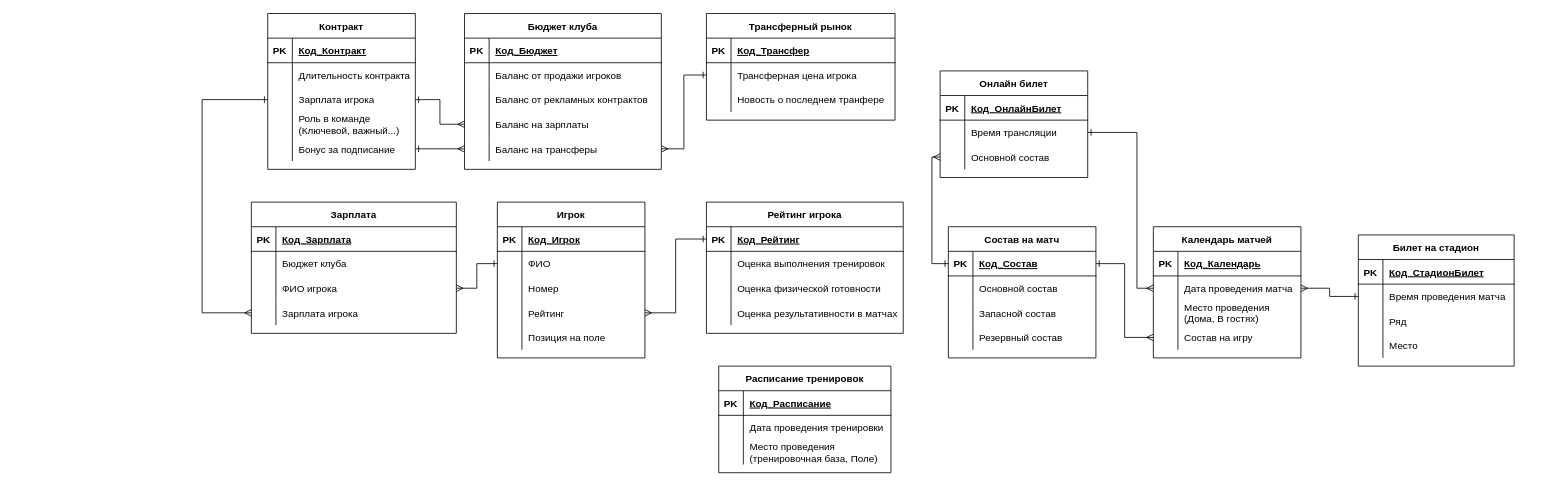
Alexsander996/football keeps this draw.io diagram as page "Page-1" (1 of 2) of ER Diagramm.drawio. Above is the earlier version. Source tidied: cells renumbered, new cells numbered last; positions are measured from the earlier drawing's top-left corner, leaving out a move shared by most shapes. Both pictures are drawn from the tidied source at 82%, with x=0, y=0 at pixel (202, 13).
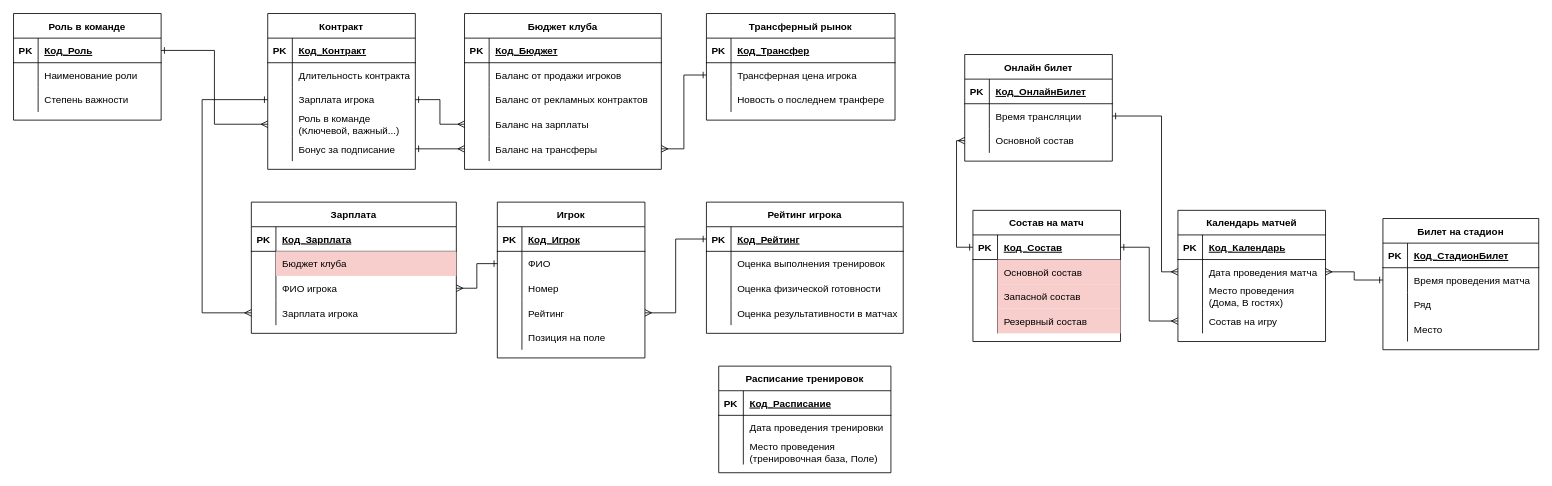
Above is the later version.

Unchanged cells that the change refers to:
```xml
<mxCell id="6" style="shape=partialRectangle;fillColor=none;top=0;left=0;bottom=0;right=0;" parent="2" vertex="1">
  <mxGeometry y="60" width="250" height="30" as="geometry" />
</mxCell>
<mxCell id="29" style="shape=partialRectangle;fillColor=none;top=0;left=0;bottom=0;right=0;points=[[0,0.5],[1,0.5]];portConstraint=eastwest;" parent="25" vertex="1">
  <mxGeometry y="60" width="180" height="30" as="geometry" />
</mxCell>
<mxCell id="49" style="shape=partialRectangle;fillColor=none;top=0;left=0;bottom=1;right=0;points=[[0,0.5],[1,0.5]];portConstraint=eastwest;" parent="48" vertex="1">
  <mxGeometry y="30" width="180" height="30" as="geometry" />
</mxCell>
<mxCell id="52" style="shape=partialRectangle;fillColor=none;top=0;left=0;bottom=0;right=0;" parent="48" vertex="1">
  <mxGeometry y="60" width="180" height="30" as="geometry" />
</mxCell>
<mxCell id="55" style="shape=partialRectangle;fillColor=none;top=0;left=0;bottom=0;right=0;" parent="48" vertex="1">
  <mxGeometry y="90" width="180" height="30" as="geometry" />
</mxCell>
<mxCell id="58" style="shape=partialRectangle;fillColor=none;top=0;left=0;bottom=0;right=0;" parent="48" vertex="1">
  <mxGeometry y="120" width="180" height="30" as="geometry" />
</mxCell>
<mxCell id="87" style="shape=partialRectangle;fillColor=none;top=0;left=0;bottom=0;right=0;points=[[0,0.5],[1,0.5]];portConstraint=eastwest;" parent="77" vertex="1">
  <mxGeometry y="120" width="180" height="30" as="geometry" />
</mxCell>
<mxCell id="97" style="shape=partialRectangle;fillColor=none;top=0;left=0;bottom=0;right=0;points=[[0,0.5],[1,0.5]];portConstraint=eastwest;" parent="93" vertex="1">
  <mxGeometry y="60" width="180" height="30" as="geometry" />
</mxCell>
<mxCell id="100" style="shape=partialRectangle;fillColor=none;top=0;left=0;bottom=0;right=0;points=[[0,0.5],[1,0.5]];portConstraint=eastwest;" parent="93" vertex="1">
  <mxGeometry y="90" width="180" height="30" as="geometry" />
</mxCell>
```

Change to the diagram source:
```diff
@@
-    <mxCell id="8" value="Бюджет клуба" style="shape=partialRectangle;fillColor=none;top=0;left=0;bottom=0;right=0;align=left;spacingLeft=6;overflow=hidden;" parent="6" vertex="1">
+    <mxCell id="8" value="Бюджет клуба" style="shape=partialRectangle;fillColor=#f8cecc;top=0;left=0;bottom=0;right=0;align=left;spacingLeft=6;overflow=hidden;strokeColor=#b85450;" parent="6" vertex="1">
       <mxGeometry x="30" width="220" height="30" as="geometry" />
     </mxCell>
@@
     <mxCell id="25" value="Календарь матчей" style="shape=table;startSize=30;childLayout=tableLayout;rowLines=0;fontStyle=1;align=center;" parent="1" vertex="1">
-      <mxGeometry x="1160" y="260" width="180" height="160" as="geometry" />
+      <mxGeometry x="1190" y="240" width="180" height="160" as="geometry" />
     </mxCell>
@@
     <mxCell id="48" value="Состав на матч" style="shape=table;startSize=30;childLayout=tableLayout;rowLines=0;fontStyle=1;align=center;" parent="1" vertex="1">
-      <mxGeometry x="910" y="260" width="180" height="160" as="geometry" />
+      <mxGeometry x="940" y="240" width="180" height="160" as="geometry" />
     </mxCell>
@@
-    <mxCell id="54" value="Основной состав" style="shape=partialRectangle;fillColor=none;top=0;left=0;bottom=0;right=0;align=left;spacingLeft=6;overflow=hidden;" parent="52" vertex="1">
+    <mxCell id="54" value="Основной состав" style="shape=partialRectangle;fillColor=#f8cecc;top=0;left=0;bottom=0;right=0;align=left;spacingLeft=6;overflow=hidden;strokeColor=#b85450;" parent="52" vertex="1">
       <mxGeometry x="30" width="150" height="30" as="geometry" />
     </mxCell>
@@
-    <mxCell id="57" value="Запасной состав" style="shape=partialRectangle;fillColor=none;top=0;left=0;bottom=0;right=0;align=left;spacingLeft=6;overflow=hidden;" parent="55" vertex="1">
+    <mxCell id="57" value="Запасной состав" style="shape=partialRectangle;fillColor=#f8cecc;top=0;left=0;bottom=0;right=0;align=left;spacingLeft=6;overflow=hidden;strokeColor=#b85450;" parent="55" vertex="1">
       <mxGeometry x="30" width="150" height="30" as="geometry" />
     </mxCell>
@@
-    <mxCell id="60" value="Резервный состав" style="shape=partialRectangle;fillColor=none;top=0;left=0;bottom=0;right=0;align=left;spacingLeft=6;overflow=hidden;" parent="58" vertex="1">
+    <mxCell id="60" value="Резервный состав" style="shape=partialRectangle;fillColor=#f8cecc;top=0;left=0;bottom=0;right=0;align=left;spacingLeft=6;overflow=hidden;strokeColor=#b85450;" parent="58" vertex="1">
       <mxGeometry x="30" width="150" height="30" as="geometry" />
     </mxCell>
@@
     <mxCell id="93" value="Онлайн билет" style="shape=table;startSize=30;childLayout=tableLayout;rowLines=0;fontStyle=1;align=center;" parent="1" vertex="1">
-      <mxGeometry x="900" y="70" width="180" height="130" as="geometry" />
+      <mxGeometry x="930" y="50" width="180" height="130" as="geometry" />
     </mxCell>
@@
     <mxCell id="103" value="Билет на стадион" style="shape=table;startSize=30;childLayout=tableLayout;rowLines=0;fontStyle=1;align=center;" parent="1" vertex="1">
-      <mxGeometry x="1410" y="270" width="190" height="160" as="geometry" />
+      <mxGeometry x="1440" y="250" width="190" height="160" as="geometry" />
     </mxCell>
@@
     <mxCell id="148" style="edgeStyle=orthogonalEdgeStyle;rounded=0;jettySize=auto;html=1;entryX=0;entryY=0.5;entryDx=0;entryDy=0;startArrow=ERmany;startFill=0;endArrow=ERone;endFill=0;" parent="1" edge="1" source="100" target="49">
       <mxGeometry relative="1" as="geometry">
         <Array as="points">
-          <mxPoint x="890" y="175" />
-          <mxPoint x="890" y="305" />
+          <mxPoint x="920" y="155" />
+          <mxPoint x="920" y="285" />
         </Array>
       </mxGeometry>
     </mxCell>
@@
     <mxCell id="153" style="edgeStyle=orthogonalEdgeStyle;rounded=0;jettySize=auto;html=1;entryX=1;entryY=0.5;entryDx=0;entryDy=0;startArrow=ERmany;startFill=0;endArrow=ERone;endFill=0;" parent="1" edge="1" source="29" target="97">
       <mxGeometry relative="1" as="geometry">
         <Array as="points">
-          <mxPoint x="1140" y="335" />
-          <mxPoint x="1140" y="145" />
+          <mxPoint x="1170" y="315" />
+          <mxPoint x="1170" y="125" />
         </Array>
       </mxGeometry>
     </mxCell>
@@
+    <mxCell id="155" value="Роль в команде" style="shape=table;startSize=30;childLayout=tableLayout;rowLines=0;fontStyle=1;align=center;" parent="1" vertex="1">
+      <mxGeometry x="-230" width="180" height="130" as="geometry" />
+    </mxCell>
+    <mxCell id="156" style="shape=partialRectangle;fillColor=none;top=0;left=0;bottom=1;right=0;points=[[0,0.5],[1,0.5]];portConstraint=eastwest;" parent="155" vertex="1">
+      <mxGeometry y="30" width="180" height="30" as="geometry" />
+    </mxCell>
+    <mxCell id="157" value="PK" style="shape=partialRectangle;fillColor=none;top=0;left=0;bottom=0;right=0;fontStyle=1;overflow=hidden;" parent="156" vertex="1">
+      <mxGeometry width="30" height="30" as="geometry" />
+    </mxCell>
+    <mxCell id="158" value="Код_Роль" style="shape=partialRectangle;fillColor=none;top=0;left=0;bottom=0;right=0;align=left;spacingLeft=6;fontStyle=5;overflow=hidden;" parent="156" vertex="1">
+      <mxGeometry x="30" width="150" height="30" as="geometry" />
+    </mxCell>
+    <mxCell id="159" style="shape=partialRectangle;fillColor=none;top=0;left=0;bottom=0;right=0;" parent="155" vertex="1">
+      <mxGeometry y="60" width="180" height="30" as="geometry" />
+    </mxCell>
+    <mxCell id="160" style="shape=partialRectangle;fillColor=none;top=0;left=0;bottom=0;right=0;overflow=hidden;" parent="159" vertex="1">
+      <mxGeometry width="30" height="30" as="geometry" />
+    </mxCell>
+    <mxCell id="161" value="Наименование роли" style="shape=partialRectangle;fillColor=none;top=0;left=0;bottom=0;right=0;align=left;spacingLeft=6;overflow=hidden;" parent="159" vertex="1">
+      <mxGeometry x="30" width="150" height="30" as="geometry" />
+    </mxCell>
+    <mxCell id="162" style="shape=partialRectangle;fillColor=none;top=0;left=0;bottom=0;right=0;" parent="155" vertex="1">
+      <mxGeometry y="90" width="180" height="30" as="geometry" />
+    </mxCell>
+    <mxCell id="163" style="shape=partialRectangle;fillColor=none;top=0;left=0;bottom=0;right=0;overflow=hidden;" parent="162" vertex="1">
+      <mxGeometry width="30" height="30" as="geometry" />
+    </mxCell>
+    <mxCell id="164" value="Степень важности" style="shape=partialRectangle;fillColor=none;top=0;left=0;bottom=0;right=0;align=left;spacingLeft=6;overflow=hidden;" parent="162" vertex="1">
+      <mxGeometry x="30" width="150" height="30" as="geometry" />
+    </mxCell>
+    <mxCell id="165" style="edgeStyle=orthogonalEdgeStyle;rounded=0;jettySize=auto;html=1;entryX=0;entryY=0.5;entryDx=0;entryDy=0;startArrow=ERone;startFill=0;endArrow=ERmany;endFill=0;" parent="1" edge="1" source="156" target="87">
+      <mxGeometry relative="1" as="geometry" />
+    </mxCell>
```
